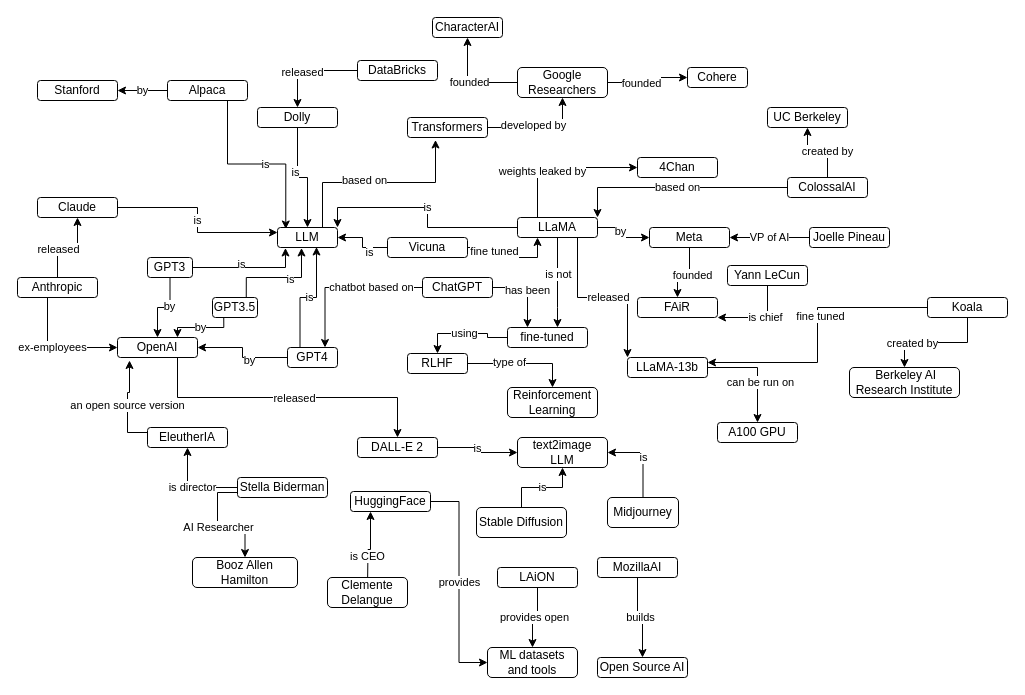
Above: generativeAI.drawio in juananpe/generativeAI (draw.io), before the change. Source tidied: cells renumbered, new cells numbered last; positions are measured from the earlier drawing's top-left corner, leaving out a move shared by most shapes. Both pictures are drawn from the tidied source at 100%, with x=0, y=0 at pixel (17, 17).
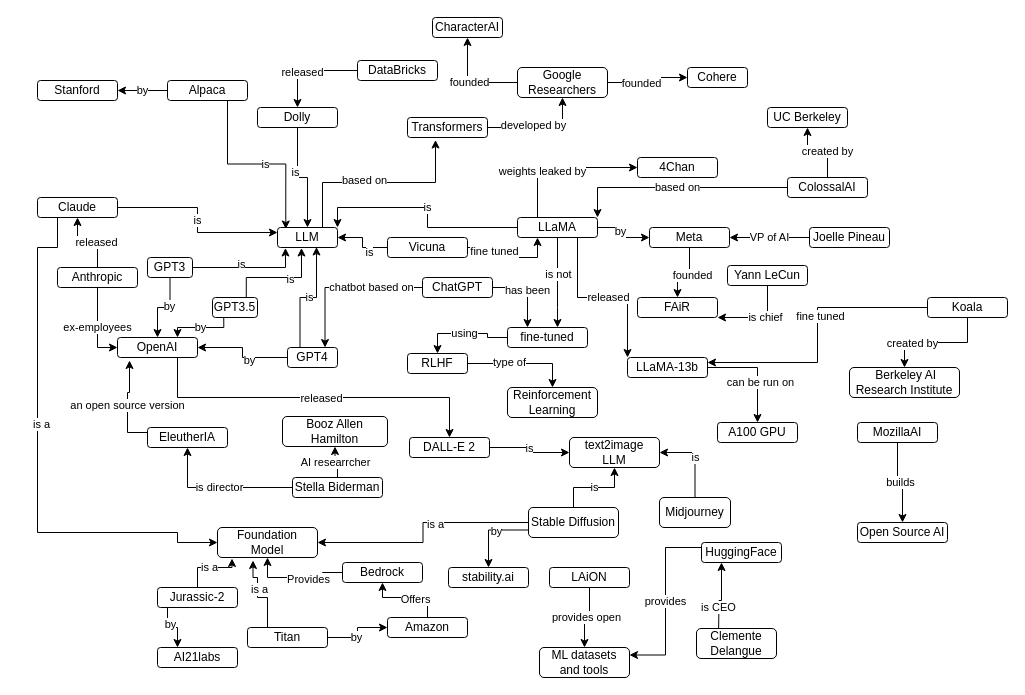
After the change.

Commit message:
Add foundation models (FM) and Amazon Bedrock

The change refers to these unchanged cells:
```xml
<mxCell id="19" value="OpenAI" style="rounded=1;whiteSpace=wrap;html=1;" parent="1" vertex="1">
  <mxGeometry x="100" y="320" width="80" height="20" as="geometry" />
</mxCell>
<mxCell id="107" value="Claude" style="rounded=1;whiteSpace=wrap;html=1;" parent="1" vertex="1">
  <mxGeometry x="20" y="180" width="80" height="20" as="geometry" />
</mxCell>
```

Diff of the diagram source:
```diff
@@
     <mxCell id="22" value="DALL-E 2" style="rounded=1;whiteSpace=wrap;html=1;" parent="1" vertex="1">
-      <mxGeometry x="340" y="420" width="80" height="20" as="geometry" />
+      <mxGeometry x="392" y="420" width="80" height="20" as="geometry" />
     </mxCell>
@@
+    <mxCell id="100" style="edgeStyle=orthogonalEdgeStyle;rounded=0;jettySize=auto;html=1;" parent="1" edge="1" source="26" target="101">
+      <mxGeometry relative="1" as="geometry" />
+    </mxCell>
+    <mxCell id="121" value="AI researrcher" style="edgeLabel;html=1;align=center;verticalAlign=middle;" parent="100" vertex="1">
+      <mxGeometry x="0.01" y="3" relative="1" as="geometry">
+        <mxPoint y="1" as="offset" />
+      </mxGeometry>
+    </mxCell>
     <mxCell id="26" value="Stella Biderman" style="rounded=1;whiteSpace=wrap;html=1;" parent="1" vertex="1">
-      <mxGeometry x="220" y="460" width="90" height="20" as="geometry" />
+      <mxGeometry x="275" y="460" width="90" height="20" as="geometry" />
     </mxCell>
@@
     <mxCell id="73" value="text2image&lt;br&gt;LLM" style="rounded=1;whiteSpace=wrap;html=1;" parent="1" vertex="1">
-      <mxGeometry x="500" y="420" width="90" height="30" as="geometry" />
+      <mxGeometry x="552" y="420" width="90" height="30" as="geometry" />
     </mxCell>
+    <mxCell id="122" style="edgeStyle=orthogonalEdgeStyle;rounded=0;jettySize=auto;html=1;entryX=1;entryY=0.5;entryDx=0;entryDy=0;" parent="1" edge="1" source="74" target="133">
+      <mxGeometry relative="1" as="geometry" />
+    </mxCell>
+    <mxCell id="123" value="is a" style="edgeLabel;html=1;align=center;verticalAlign=middle;" parent="122" vertex="1">
+      <mxGeometry x="-0.19" y="1" relative="1" as="geometry" />
+    </mxCell>
     <mxCell id="74" value="Stable Diffusion" style="rounded=1;whiteSpace=wrap;html=1;" parent="1" vertex="1">
-      <mxGeometry x="459" y="490" width="90" height="30" as="geometry" />
+      <mxGeometry x="511" y="490" width="90" height="30" as="geometry" />
     </mxCell>
@@
-    <mxCell id="89" value="provides" style="edgeStyle=orthogonalEdgeStyle;rounded=0;jettySize=auto;html=1;exitX=1;exitY=0.5;exitDx=0;exitDy=0;entryX=0;entryY=0.5;entryDx=0;entryDy=0;" parent="1" edge="1" source="90" target="98">
+    <mxCell id="89" value="provides" style="edgeStyle=orthogonalEdgeStyle;rounded=0;jettySize=auto;html=1;exitX=0;exitY=0.25;exitDx=0;exitDy=0;entryX=1;entryY=0.25;entryDx=0;entryDy=0;" parent="1" edge="1" source="90" target="98">
       <mxGeometry relative="1" as="geometry" />
     </mxCell>
     <mxCell id="90" value="HuggingFace" style="rounded=1;whiteSpace=wrap;html=1;" parent="1" vertex="1">
-      <mxGeometry x="333" y="474" width="80" height="20" as="geometry" />
+      <mxGeometry x="684" y="525" width="80" height="20" as="geometry" />
     </mxCell>
     <mxCell id="91" style="edgeStyle=orthogonalEdgeStyle;rounded=0;jettySize=auto;html=1;entryX=0.25;entryY=1;entryDx=0;entryDy=0;" parent="1" edge="1" target="90">
       <mxGeometry relative="1" as="geometry">
-        <mxPoint x="350" y="570" as="sourcePoint" />
+        <mxPoint x="701" y="621" as="sourcePoint" />
       </mxGeometry>
     </mxCell>
@@
     <mxCell id="93" value="Clemente&lt;br&gt;Delangue" style="rounded=1;whiteSpace=wrap;html=1;" parent="1" vertex="1">
-      <mxGeometry x="310" y="560" width="80" height="30" as="geometry" />
+      <mxGeometry x="679" y="611" width="80" height="30" as="geometry" />
     </mxCell>
@@
     <mxCell id="95" value="LAiON" style="rounded=1;whiteSpace=wrap;html=1;" parent="1" vertex="1">
-      <mxGeometry x="480" y="550" width="80" height="20" as="geometry" />
+      <mxGeometry x="532" y="550" width="80" height="20" as="geometry" />
     </mxCell>
@@
     <mxCell id="97" value="MozillaAI" style="rounded=1;whiteSpace=wrap;html=1;" parent="1" vertex="1">
-      <mxGeometry x="580" y="540" width="80" height="20" as="geometry" />
+      <mxGeometry x="840" y="405" width="80" height="20" as="geometry" />
     </mxCell>
     <mxCell id="98" value="ML datasets and tools" style="rounded=1;whiteSpace=wrap;html=1;" parent="1" vertex="1">
-      <mxGeometry x="470" y="630" width="90" height="30" as="geometry" />
+      <mxGeometry x="522" y="630" width="90" height="30" as="geometry" />
     </mxCell>
     <mxCell id="99" value="Open Source AI" style="rounded=1;whiteSpace=wrap;html=1;" parent="1" vertex="1">
-      <mxGeometry x="580" y="640" width="90" height="20" as="geometry" />
+      <mxGeometry x="840" y="505" width="90" height="20" as="geometry" />
     </mxCell>
-    <mxCell id="100" value="AI Researcher" style="edgeStyle=orthogonalEdgeStyle;rounded=0;jettySize=auto;html=1;exitX=0;exitY=0.75;exitDx=0;exitDy=0;" parent="1" edge="1" source="26" target="101">
-      <mxGeometry relative="1" as="geometry" />
-    </mxCell>
     <mxCell id="101" value="Booz Allen&lt;br&gt;Hamilton" style="rounded=1;whiteSpace=wrap;html=1;" parent="1" vertex="1">
-      <mxGeometry x="175" y="540" width="105" height="30" as="geometry" />
+      <mxGeometry x="265" y="399" width="105" height="30" as="geometry" />
     </mxCell>
@@
     <mxCell id="104" value="ex-employees" style="edgeStyle=orthogonalEdgeStyle;rounded=0;jettySize=auto;html=1;entryX=0;entryY=0.5;entryDx=0;entryDy=0;exitX=0.5;exitY=1;exitDx=0;exitDy=0;" parent="1" edge="1" source="105" target="19">
       <mxGeometry relative="1" as="geometry">
         <Array as="points">
-          <mxPoint x="30" y="280" />
-          <mxPoint x="30" y="330" />
+          <mxPoint x="80" y="330" />
         </Array>
       </mxGeometry>
     </mxCell>
     <mxCell id="105" value="Anthropic" style="rounded=1;whiteSpace=wrap;html=1;" parent="1" vertex="1">
-      <mxGeometry y="260" width="80" height="20" as="geometry" />
+      <mxGeometry x="40" y="250" width="80" height="20" as="geometry" />
     </mxCell>
@@
+    <mxCell id="124" style="edgeStyle=orthogonalEdgeStyle;rounded=0;jettySize=auto;html=1;exitX=0.25;exitY=1;exitDx=0;exitDy=0;entryX=0;entryY=0.5;entryDx=0;entryDy=0;" parent="1" edge="1" source="107" target="133">
+      <mxGeometry relative="1" as="geometry">
+        <Array as="points">
+          <mxPoint x="40" y="230" />
+          <mxPoint x="20" y="230" />
+          <mxPoint x="20" y="515" />
+          <mxPoint x="160" y="515" />
+          <mxPoint x="160" y="525" />
+        </Array>
+      </mxGeometry>
+    </mxCell>
+    <mxCell id="125" value="is a" style="edgeLabel;html=1;align=center;verticalAlign=middle;" parent="124" vertex="1">
+      <mxGeometry x="-0.14" y="3" relative="1" as="geometry" />
+    </mxCell>
@@
     <mxCell id="109" value="Midjourney" style="rounded=1;whiteSpace=wrap;html=1;" parent="1" vertex="1">
-      <mxGeometry x="590" y="480" width="71" height="30" as="geometry" />
+      <mxGeometry x="642" y="480" width="71" height="30" as="geometry" />
     </mxCell>
@@
+    <mxCell id="126" style="edgeStyle=orthogonalEdgeStyle;rounded=0;jettySize=auto;html=1;" parent="1" edge="1" source="128" target="131">
+      <mxGeometry relative="1" as="geometry" />
+    </mxCell>
+    <mxCell id="127" value="Offers" style="edgeLabel;html=1;align=center;verticalAlign=middle;" parent="126" vertex="1">
+      <mxGeometry x="-0.17" y="1" relative="1" as="geometry" />
+    </mxCell>
+    <mxCell id="128" value="Amazon" style="rounded=1;whiteSpace=wrap;html=1;" parent="1" vertex="1">
+      <mxGeometry x="370" y="600" width="80" height="20" as="geometry" />
+    </mxCell>
+    <mxCell id="129" style="edgeStyle=orthogonalEdgeStyle;rounded=0;jettySize=auto;html=1;" parent="1" edge="1" source="131" target="133">
+      <mxGeometry relative="1" as="geometry" />
+    </mxCell>
+    <mxCell id="130" value="Provides" style="edgeLabel;html=1;align=center;verticalAlign=middle;" parent="129" vertex="1">
+      <mxGeometry x="-0.21" y="1" relative="1" as="geometry" />
+    </mxCell>
+    <mxCell id="131" value="Bedrock" style="rounded=1;whiteSpace=wrap;html=1;" parent="1" vertex="1">
+      <mxGeometry x="325" y="545" width="80" height="20" as="geometry" />
+    </mxCell>
+    <mxCell id="132" value="is a" style="edgeStyle=orthogonalEdgeStyle;rounded=0;jettySize=auto;html=1;entryX=0.145;entryY=1.033;entryDx=0;entryDy=0;entryPerimeter=0;" parent="1" edge="1" source="134" target="133">
+      <mxGeometry relative="1" as="geometry" />
+    </mxCell>
+    <mxCell id="133" value="Foundation&lt;br&gt;Model" style="rounded=1;whiteSpace=wrap;html=1;" parent="1" vertex="1">
+      <mxGeometry x="200" y="510" width="100" height="30" as="geometry" />
+    </mxCell>
+    <mxCell id="134" value="Jurassic-2" style="rounded=1;whiteSpace=wrap;html=1;" parent="1" vertex="1">
+      <mxGeometry x="140" y="570" width="80" height="20" as="geometry" />
+    </mxCell>
+    <mxCell id="135" style="edgeStyle=orthogonalEdgeStyle;rounded=0;jettySize=auto;html=1;exitX=0.25;exitY=1;exitDx=0;exitDy=0;" parent="1" edge="1" source="134" target="137">
+      <mxGeometry relative="1" as="geometry">
+        <Array as="points">
+          <mxPoint x="150" y="610" />
+          <mxPoint x="160" y="610" />
+        </Array>
+      </mxGeometry>
+    </mxCell>
+    <mxCell id="136" value="by" style="edgeLabel;html=1;align=center;verticalAlign=middle;" parent="135" vertex="1">
+      <mxGeometry x="0.05" y="-2" relative="1" as="geometry">
+        <mxPoint y="-6" as="offset" />
+      </mxGeometry>
+    </mxCell>
+    <mxCell id="137" value="AI21labs" style="rounded=1;whiteSpace=wrap;html=1;" parent="1" vertex="1">
+      <mxGeometry x="140" y="630" width="80" height="20" as="geometry" />
+    </mxCell>
+    <mxCell id="138" style="edgeStyle=orthogonalEdgeStyle;rounded=0;jettySize=auto;html=1;exitX=0;exitY=0.75;exitDx=0;exitDy=0;" parent="1" edge="1" source="74" target="140">
+      <mxGeometry relative="1" as="geometry" />
+    </mxCell>
+    <mxCell id="139" value="by" style="edgeLabel;html=1;align=center;verticalAlign=middle;" parent="138" vertex="1">
+      <mxGeometry x="-0.14" y="1" relative="1" as="geometry" />
+    </mxCell>
+    <mxCell id="140" value="stability.ai" style="rounded=1;whiteSpace=wrap;html=1;" parent="1" vertex="1">
+      <mxGeometry x="431" y="550" width="80" height="20" as="geometry" />
+    </mxCell>
+    <mxCell id="141" style="edgeStyle=orthogonalEdgeStyle;rounded=0;jettySize=auto;html=1;exitX=0.25;exitY=0;exitDx=0;exitDy=0;entryX=0.355;entryY=1.1;entryDx=0;entryDy=0;entryPerimeter=0;" parent="1" edge="1" source="145" target="133">
+      <mxGeometry relative="1" as="geometry">
+        <Array as="points">
+          <mxPoint x="240" y="580" />
+          <mxPoint x="240" y="560" />
+          <mxPoint x="236" y="560" />
+        </Array>
+      </mxGeometry>
+    </mxCell>
+    <mxCell id="142" value="is a" style="edgeLabel;html=1;align=center;verticalAlign=middle;" parent="141" vertex="1">
+      <mxGeometry x="0.2" relative="1" as="geometry">
+        <mxPoint x="1" as="offset" />
+      </mxGeometry>
+    </mxCell>
+    <mxCell id="143" style="edgeStyle=orthogonalEdgeStyle;rounded=0;jettySize=auto;html=1;" parent="1" edge="1" source="145" target="128">
+      <mxGeometry relative="1" as="geometry" />
+    </mxCell>
+    <mxCell id="144" value="by" style="edgeLabel;html=1;align=center;verticalAlign=middle;" parent="143" vertex="1">
+      <mxGeometry x="-0.19" y="1" relative="1" as="geometry" />
+    </mxCell>
+    <mxCell id="145" value="Titan" style="rounded=1;whiteSpace=wrap;html=1;" parent="1" vertex="1">
+      <mxGeometry x="230" y="610" width="80" height="20" as="geometry" />
+    </mxCell>
```
